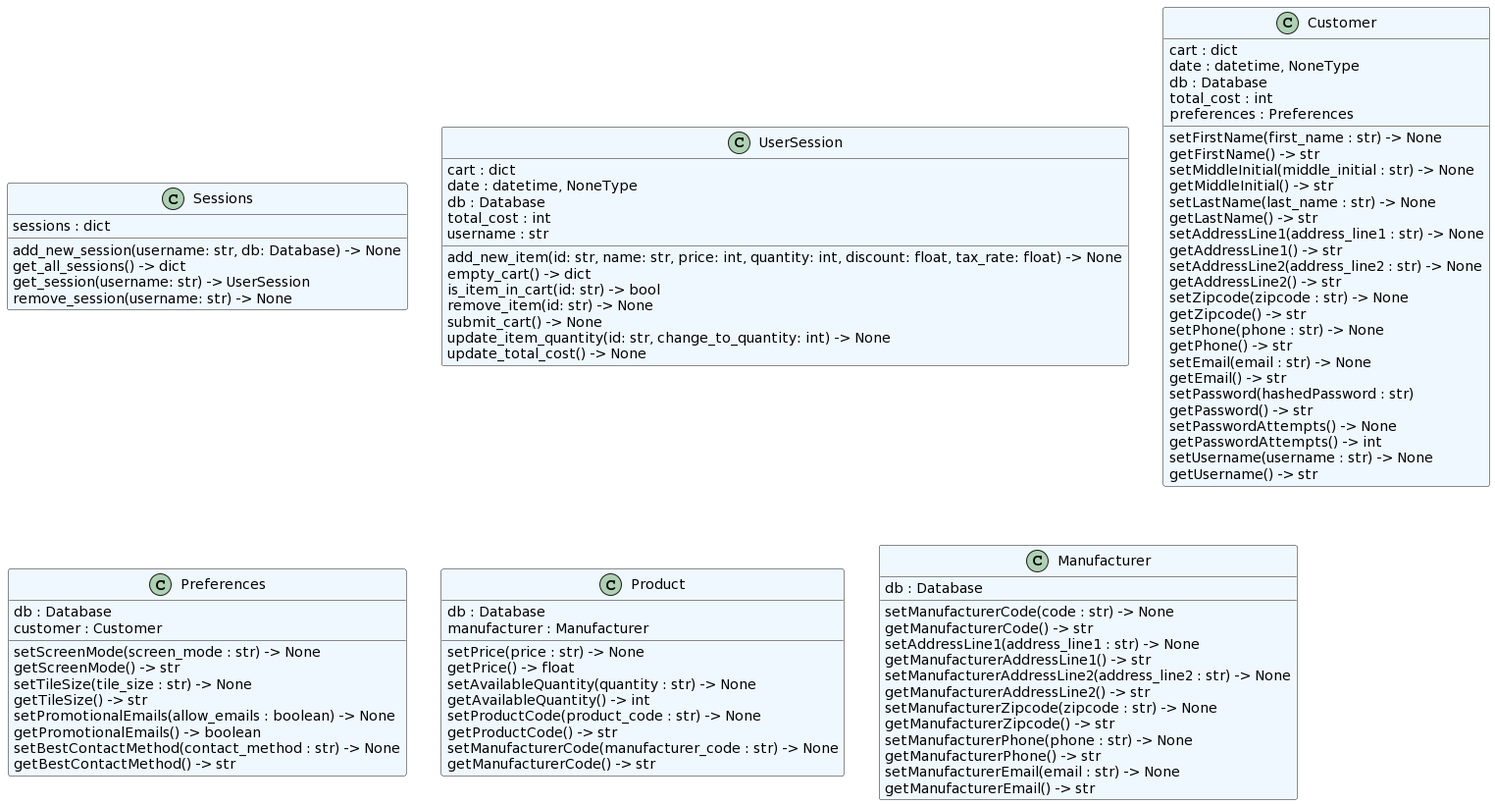
Before: docs/diagrams/system/core_classes_updated.png, a diagram exported from PlantUML (Innovadad-LLC/group20_project). Source of this version:
```plantuml
@startuml
set namespaceSeparator none
class "Sessions" as core.session.Sessions #aliceblue {
  sessions : dict
  add_new_session(username: str, db: Database) -> None
  get_all_sessions() -> dict
  get_session(username: str) -> UserSession
  remove_session(username: str) -> None
}
class "UserSession" as core.session.UserSession #aliceblue {
  cart : dict
  date : datetime, NoneType
  db : Database
  total_cost : int
  username : str
  add_new_item(id: str, name: str, price: int, quantity: int, discount: float, tax_rate: float) -> None
  empty_cart() -> dict
  is_item_in_cart(id: str) -> bool
  remove_item(id: str) -> None
  submit_cart() -> None
  update_item_quantity(id: str, change_to_quantity: int) -> None
  update_total_cost() -> None
}
class "Customer" as core.object.Customer #aliceblue {
  cart : dict
  date : datetime, NoneType
  db : Database
  total_cost : int
  preferences : Preferences
  setFirstName(first_name : str) -> None
  getFirstName() -> str
  setMiddleInitial(middle_initial : str) -> None
  getMiddleInitial() -> str
  setLastName(last_name : str) -> None
  getLastName() -> str
  setAddressLine1(address_line1 : str) -> None
  getAddressLine1() -> str
  setAddressLine2(address_line2 : str) -> None
  getAddressLine2() -> str
  setZipcode(zipcode : str) -> None
  getZipcode() -> str
  setPhone(phone : str) -> None
  getPhone() -> str
  setEmail(email : str) -> None
  getEmail() -> str
  setPassword(hashedPassword : str)
  getPassword() -> str
  setPasswordAttempts() -> None
  getPasswordAttempts() -> int
  setUsername(username : str) -> None
  getUsername() -> str
}
class "Preferences" as core.object.Preferences #aliceblue {
  db : Database
  customer : Customer
  setScreenMode(screen_mode : str) -> None
  getScreenMode() -> str
  setTileSize(tile_size : str) -> None
  getTileSize() -> str
  setPromotionalEmails(allow_emails : boolean) -> None
  getPromotionalEmails() -> boolean
  setBestContactMethod(contact_method : str) -> None
  getBestContactMethod() -> str
}
class "Product" as core.object.Product #aliceblue {
  db : Database
  manufacturer : Manufacturer
  setPrice(price : str) -> None
  getPrice() -> float
  setAvailableQuantity(quantity : str) -> None
  getAvailableQuantity() -> int
  setProductCode(product_code : str) -> None
  getProductCode() -> str
  setManufacturerCode(manufacturer_code : str) -> None
  getManufacturerCode() -> str
}
class "Manufacturer" as core.object.Manufacturer #aliceblue {
  db : Database
  setManufacturerCode(code : str) -> None
  getManufacturerCode() -> str
  setAddressLine1(address_line1 : str) -> None
  getManufacturerAddressLine1() -> str
  setManufacturerAddressLine2(address_line2 : str) -> None
  getManufacturerAddressLine2() -> str
  setManufacturerZipcode(zipcode : str) -> None
  getManufacturerZipcode() -> str
  setManufacturerPhone(phone : str) -> None
  getManufacturerPhone() -> str
  setManufacturerEmail(email : str) -> None
  getManufacturerEmail() -> str
}
@enduml
```
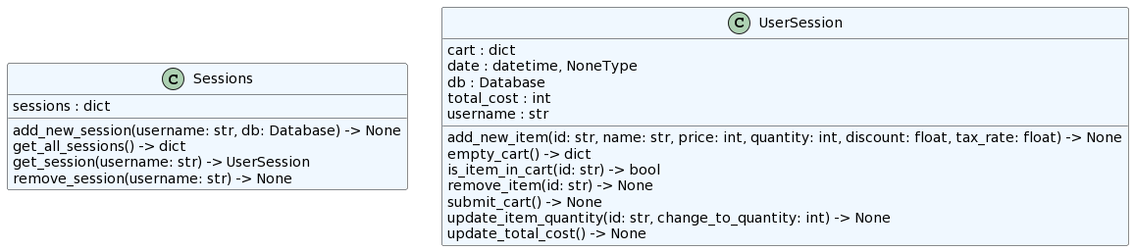
The same file after the commit.

The edit, as a diff of the source:
```diff
@@ -21,72 +21,4 @@
   update_item_quantity(id: str, change_to_quantity: int) -> None
   update_total_cost() -> None
 }
-class "Customer" as core.object.Customer #aliceblue {
-  cart : dict
-  date : datetime, NoneType
-  db : Database
-  total_cost : int
-  preferences : Preferences
-  setFirstName(first_name : str) -> None
-  getFirstName() -> str
-  setMiddleInitial(middle_initial : str) -> None
-  getMiddleInitial() -> str
-  setLastName(last_name : str) -> None
-  getLastName() -> str
-  setAddressLine1(address_line1 : str) -> None
-  getAddressLine1() -> str
-  setAddressLine2(address_line2 : str) -> None
-  getAddressLine2() -> str
-  setZipcode(zipcode : str) -> None
-  getZipcode() -> str
-  setPhone(phone : str) -> None
-  getPhone() -> str
-  setEmail(email : str) -> None
-  getEmail() -> str
-  setPassword(hashedPassword : str)
-  getPassword() -> str
-  setPasswordAttempts() -> None
-  getPasswordAttempts() -> int
-  setUsername(username : str) -> None
-  getUsername() -> str
-}
-class "Preferences" as core.object.Preferences #aliceblue {
-  db : Database
-  customer : Customer
-  setScreenMode(screen_mode : str) -> None
-  getScreenMode() -> str
-  setTileSize(tile_size : str) -> None
-  getTileSize() -> str
-  setPromotionalEmails(allow_emails : boolean) -> None
-  getPromotionalEmails() -> boolean
-  setBestContactMethod(contact_method : str) -> None
-  getBestContactMethod() -> str
-}
-class "Product" as core.object.Product #aliceblue {
-  db : Database
-  manufacturer : Manufacturer
-  setPrice(price : str) -> None
-  getPrice() -> float
-  setAvailableQuantity(quantity : str) -> None
-  getAvailableQuantity() -> int
-  setProductCode(product_code : str) -> None
-  getProductCode() -> str
-  setManufacturerCode(manufacturer_code : str) -> None
-  getManufacturerCode() -> str
-}
-class "Manufacturer" as core.object.Manufacturer #aliceblue {
-  db : Database
-  setManufacturerCode(code : str) -> None
-  getManufacturerCode() -> str
-  setAddressLine1(address_line1 : str) -> None
-  getManufacturerAddressLine1() -> str
-  setManufacturerAddressLine2(address_line2 : str) -> None
-  getManufacturerAddressLine2() -> str
-  setManufacturerZipcode(zipcode : str) -> None
-  getManufacturerZipcode() -> str
-  setManufacturerPhone(phone : str) -> None
-  getManufacturerPhone() -> str
-  setManufacturerEmail(email : str) -> None
-  getManufacturerEmail() -> str
-}
 @enduml
```
